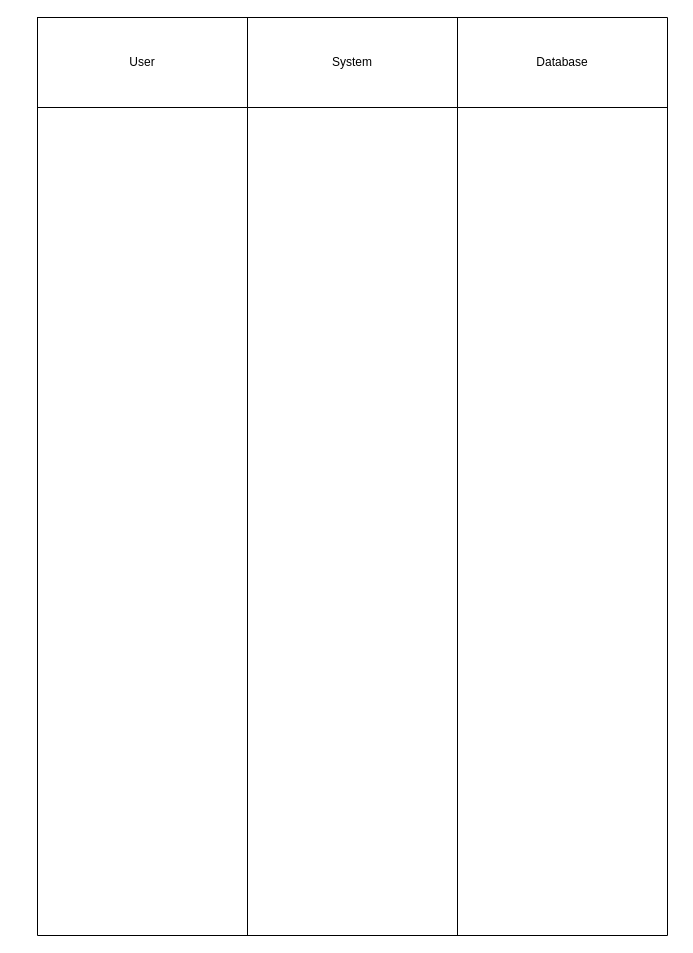
Earlier version of the draw.io diagram tugas bu har.drawio (Dekte/storage). Source tidied: cells renumbered, new cells numbered last; positions are measured from the earlier drawing's top-left corner, leaving out a move shared by most shapes. Both pictures are drawn from the tidied source at 100%, with x=0, y=0 at pixel (37, 17).
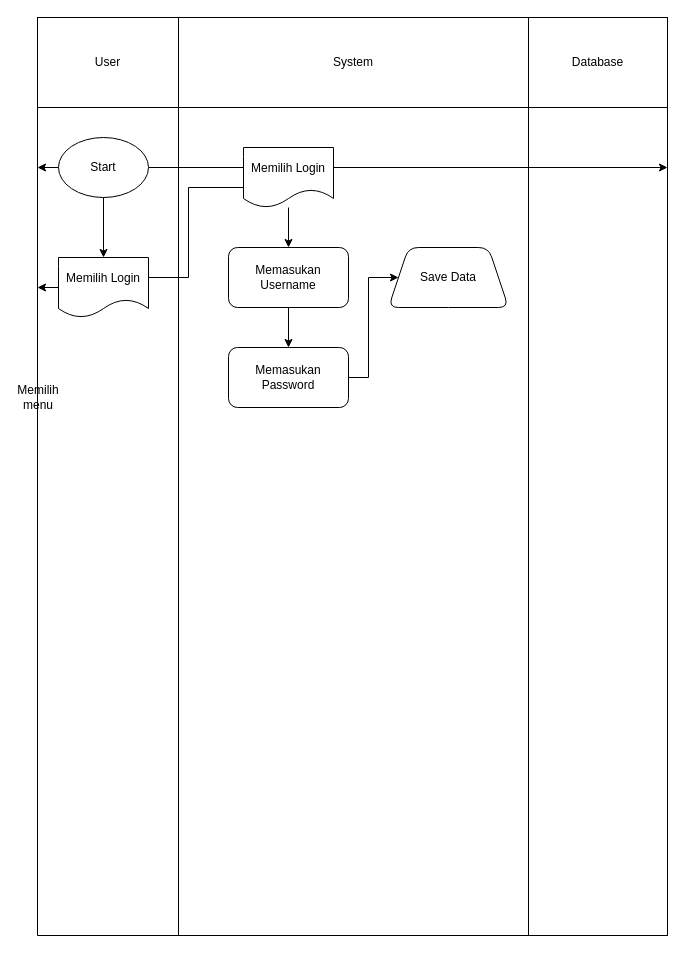
The same diagram, later.

Unchanged cells that the change refers to:
```xml
<mxCell id="3" style="shape=tableRow;horizontal=0;startSize=0;swimlaneHead=0;swimlaneBody=0;strokeColor=inherit;top=0;left=0;bottom=0;right=0;fillColor=none;" parent="2" vertex="1">
  <mxGeometry width="630" height="90" as="geometry" />
</mxCell>
<mxCell id="7" style="shape=tableRow;horizontal=0;startSize=0;swimlaneHead=0;swimlaneBody=0;strokeColor=inherit;top=0;left=0;bottom=0;right=0;fillColor=none;" parent="2" vertex="1">
  <mxGeometry y="90" width="630" height="828" as="geometry" />
</mxCell>
```

Diff of the diagram source:
```diff
@@
     <mxCell id="4" value="User" style="shape=partialRectangle;html=1;whiteSpace=wrap;strokeColor=inherit;overflow=hidden;fillColor=none;top=0;left=0;bottom=0;right=0;" parent="3" vertex="1">
-      <mxGeometry width="210" height="90" as="geometry" />
+      <mxGeometry width="141" height="90" as="geometry" />
     </mxCell>
     <mxCell id="5" value="System" style="shape=partialRectangle;html=1;whiteSpace=wrap;strokeColor=inherit;overflow=hidden;fillColor=none;top=0;left=0;bottom=0;right=0;" parent="3" vertex="1">
-      <mxGeometry x="210" width="210" height="90" as="geometry" />
+      <mxGeometry x="141" width="350" height="90" as="geometry" />
     </mxCell>
     <mxCell id="6" value="Database" style="shape=partialRectangle;html=1;whiteSpace=wrap;strokeColor=inherit;overflow=hidden;fillColor=none;top=0;left=0;bottom=0;right=0;" parent="3" vertex="1">
-      <mxGeometry x="420" width="210" height="90" as="geometry" />
+      <mxGeometry x="491" width="139" height="90" as="geometry" />
     </mxCell>
@@
     <mxCell id="8" style="shape=partialRectangle;html=1;whiteSpace=wrap;strokeColor=inherit;overflow=hidden;fillColor=none;top=0;left=0;bottom=0;right=0;" parent="7" vertex="1">
-      <mxGeometry width="210" height="828" as="geometry" />
+      <mxGeometry width="141" height="828" as="geometry" />
     </mxCell>
     <mxCell id="9" style="shape=partialRectangle;html=1;whiteSpace=wrap;strokeColor=inherit;overflow=hidden;fillColor=none;top=0;left=0;bottom=0;right=0;" parent="7" vertex="1">
-      <mxGeometry x="210" width="210" height="828" as="geometry" />
+      <mxGeometry x="141" width="350" height="828" as="geometry" />
     </mxCell>
     <mxCell id="10" style="shape=partialRectangle;html=1;whiteSpace=wrap;strokeColor=inherit;overflow=hidden;fillColor=none;top=0;left=0;bottom=0;right=0;" parent="7" vertex="1">
-      <mxGeometry x="420" width="210" height="828" as="geometry" />
+      <mxGeometry x="491" width="139" height="828" as="geometry" />
     </mxCell>
+    <mxCell id="11" style="shape=document;whiteSpace=wrap;html=1;boundedLbl=1;" parent="7" vertex="1">
+      <mxGeometry x="630" height="828" as="geometry" />
+    </mxCell>
+    <mxCell id="12" style="shape=document;whiteSpace=wrap;html=1;boundedLbl=1;" parent="7" vertex="1">
+      <mxGeometry height="828" as="geometry" />
+    </mxCell>
+    <mxCell id="13" value="Memilih menu" style="shape=document;whiteSpace=wrap;html=1;boundedLbl=1;" parent="7" vertex="1">
+      <mxGeometry height="828" as="geometry" />
+    </mxCell>
+    <mxCell id="14" style="edgeStyle=orthogonalEdgeStyle;rounded=0;jettySize=auto;html=1;" parent="1" edge="1" source="17" target="11">
+      <mxGeometry relative="1" as="geometry" />
+    </mxCell>
+    <mxCell id="15" style="edgeStyle=orthogonalEdgeStyle;rounded=0;jettySize=auto;html=1;" parent="1" edge="1" source="17" target="12">
+      <mxGeometry relative="1" as="geometry" />
+    </mxCell>
+    <mxCell id="16" style="edgeStyle=orthogonalEdgeStyle;rounded=0;jettySize=auto;html=1;" parent="1" edge="1" source="17" target="20">
+      <mxGeometry relative="1" as="geometry" />
+    </mxCell>
+    <mxCell id="17" value="Start" style="ellipse;whiteSpace=wrap;html=1;" parent="1" vertex="1">
+      <mxGeometry x="21" y="120" width="90" height="60" as="geometry" />
+    </mxCell>
+    <mxCell id="18" style="edgeStyle=orthogonalEdgeStyle;rounded=0;jettySize=auto;html=1;" parent="1" edge="1" source="20" target="13">
+      <mxGeometry relative="1" as="geometry" />
+    </mxCell>
+    <mxCell id="19" style="edgeStyle=orthogonalEdgeStyle;rounded=0;jettySize=auto;html=1;entryX=0;entryY=0.5;entryDx=0;entryDy=0;" parent="1" edge="1" source="20" target="22">
+      <mxGeometry relative="1" as="geometry">
+        <Array as="points">
+          <mxPoint x="151" y="260" />
+          <mxPoint x="151" y="170" />
+          <mxPoint x="211" y="170" />
+        </Array>
+      </mxGeometry>
+    </mxCell>
+    <mxCell id="20" value="Memilih Login" style="shape=document;whiteSpace=wrap;html=1;boundedLbl=1;" parent="1" vertex="1">
+      <mxGeometry x="21" y="240" width="90" height="60" as="geometry" />
+    </mxCell>
+    <mxCell id="21" style="edgeStyle=orthogonalEdgeStyle;rounded=0;jettySize=auto;html=1;" parent="1" edge="1" source="22" target="24">
+      <mxGeometry relative="1" as="geometry" />
+    </mxCell>
+    <mxCell id="22" value="Memilih Login" style="shape=document;whiteSpace=wrap;html=1;boundedLbl=1;" parent="1" vertex="1">
+      <mxGeometry x="206" y="130" width="90" height="60" as="geometry" />
+    </mxCell>
+    <mxCell id="23" style="edgeStyle=orthogonalEdgeStyle;rounded=0;jettySize=auto;html=1;" parent="1" edge="1" source="24" target="26">
+      <mxGeometry relative="1" as="geometry" />
+    </mxCell>
+    <mxCell id="24" value="Memasukan Username" style="rounded=1;whiteSpace=wrap;html=1;" parent="1" vertex="1">
+      <mxGeometry x="191" y="230" width="120" height="60" as="geometry" />
+    </mxCell>
+    <mxCell id="25" style="edgeStyle=orthogonalEdgeStyle;rounded=0;jettySize=auto;html=1;" parent="1" edge="1" source="26" target="27">
+      <mxGeometry relative="1" as="geometry">
+        <Array as="points">
+          <mxPoint x="331" y="360" />
+          <mxPoint x="331" y="260" />
+        </Array>
+      </mxGeometry>
+    </mxCell>
+    <mxCell id="26" value="Memasukan Password" style="whiteSpace=wrap;html=1;rounded=1;" parent="1" vertex="1">
+      <mxGeometry x="191" y="330" width="120" height="60" as="geometry" />
+    </mxCell>
+    <mxCell id="27" value="Save Data" style="shape=trapezoid;perimeter=trapezoidPerimeter;whiteSpace=wrap;html=1;fixedSize=1;rounded=1;" parent="1" vertex="1">
+      <mxGeometry x="351" y="230" width="120" height="60" as="geometry" />
+    </mxCell>
```
